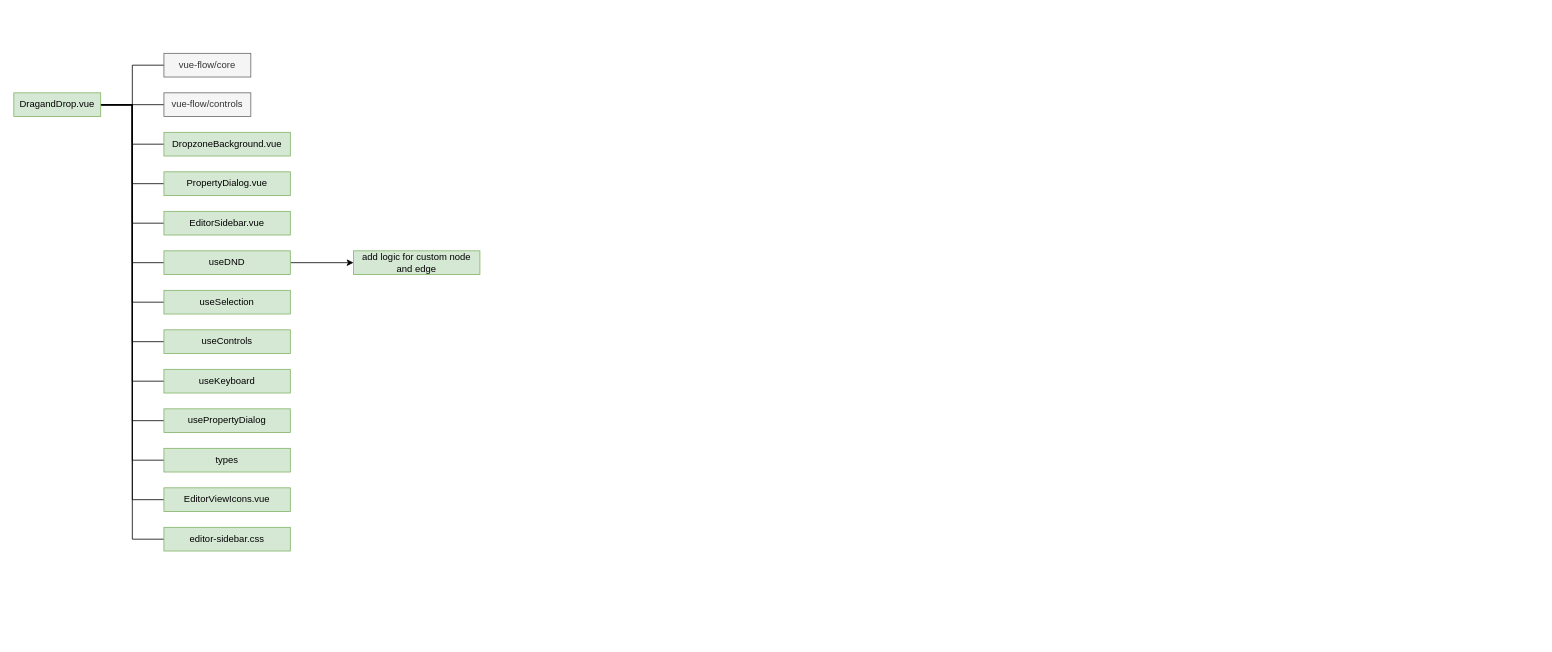
Bugging-Bot/vue-enterprise-boilerplate keeps this draw.io diagram as page "Vueflow" (4 of 4) of docs/VueBoilerPlateArchitecture.drawio. Above is the earlier version. Source tidied: cells renumbered, new cells numbered last; positions are measured from the earlier drawing's top-left corner, leaving out a move shared by most shapes. Both pictures are drawn from the tidied source at 79%, with x=0, y=0 at pixel (13, 53).
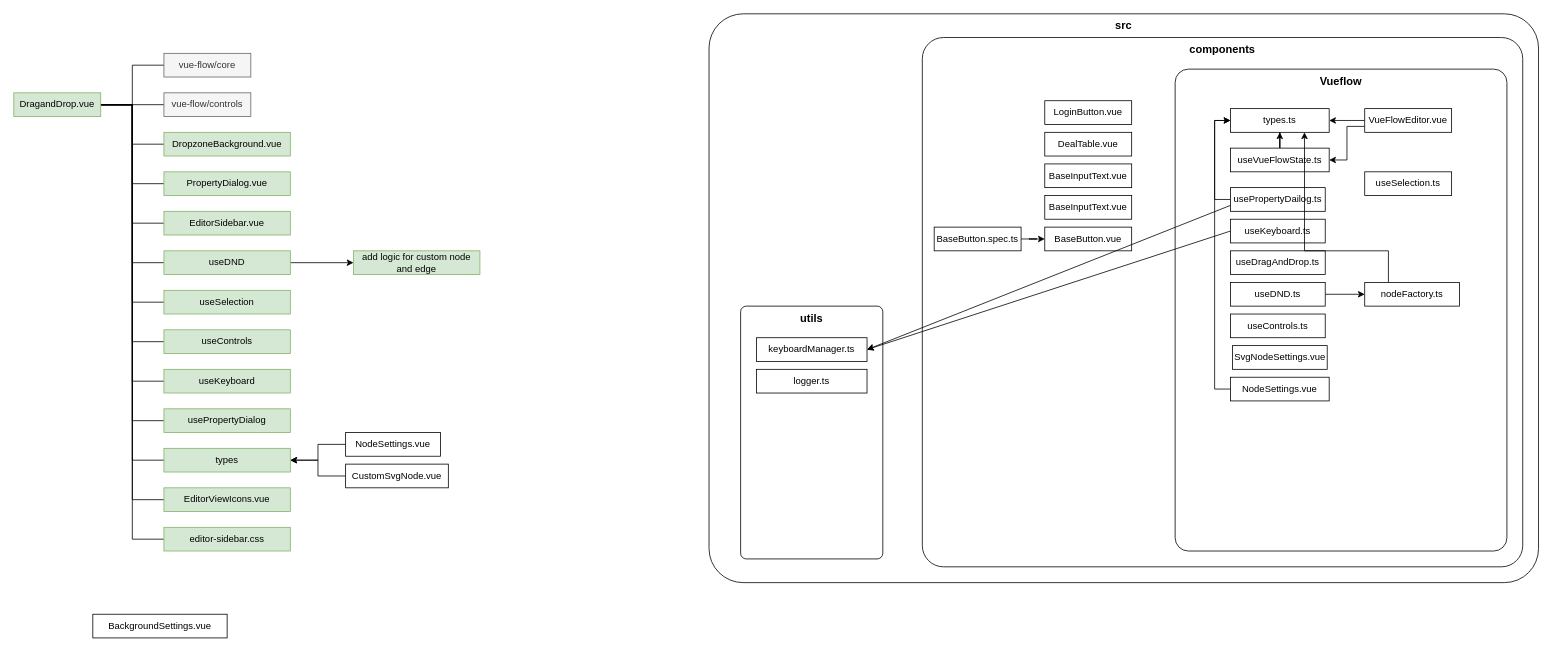
Above is the later version.

Unchanged cells that the change refers to:
```xml
<mxCell id="27" value="types" style="whiteSpace=wrap;html=1;fillColor=#d5e8d4;strokeColor=#82b366;" parent="1" vertex="1">
  <mxGeometry x="190" y="500" width="160" height="30" as="geometry" />
</mxCell>
```

Change to the diagram source:
```diff
@@
+    <mxCell id="31" style="edgeStyle=orthogonalEdgeStyle;rounded=0;jettySize=auto;html=1;entryX=1;entryY=0.5;entryDx=0;entryDy=0;" parent="1" edge="1" source="32" target="27">
+      <mxGeometry relative="1" as="geometry" />
+    </mxCell>
+    <mxCell id="32" value="NodeSettings.vue" style="whiteSpace=wrap;html=1;" parent="1" vertex="1">
+      <mxGeometry x="420" y="480" width="120" height="30" as="geometry" />
+    </mxCell>
+    <mxCell id="33" value="BackgroundSettings.vue" style="whiteSpace=wrap;html=1;" parent="1" vertex="1">
+      <mxGeometry x="100" y="710" width="170" height="30" as="geometry" />
+    </mxCell>
+    <mxCell id="34" style="edgeStyle=orthogonalEdgeStyle;rounded=0;jettySize=auto;html=1;entryX=1;entryY=0.5;entryDx=0;entryDy=0;" parent="1" edge="1" source="35" target="27">
+      <mxGeometry relative="1" as="geometry" />
+    </mxCell>
+    <mxCell id="35" value="CustomSvgNode.vue" style="whiteSpace=wrap;html=1;" parent="1" vertex="1">
+      <mxGeometry x="420" y="520" width="130" height="30" as="geometry" />
+    </mxCell>
+    <mxCell id="36" value="&lt;b&gt;&lt;font style=&quot;font-size: 14px;&quot;&gt;src&lt;/font&gt;&lt;/b&gt;" style="rounded=1;whiteSpace=wrap;html=1;fillColor=none;verticalAlign=top;arcSize=6;" parent="1" vertex="1">
+      <mxGeometry x="880" y="-50" width="1050" height="720" as="geometry" />
+    </mxCell>
+    <mxCell id="37" value="&lt;span style=&quot;font-size: 14px;&quot;&gt;&lt;b&gt;components&lt;/b&gt;&lt;/span&gt;" style="rounded=1;whiteSpace=wrap;html=1;fillColor=none;verticalAlign=top;arcSize=4;" parent="1" vertex="1">
+      <mxGeometry x="1150" y="-20" width="760" height="670" as="geometry" />
+    </mxCell>
+    <mxCell id="38" value="&lt;span style=&quot;font-size: 14px;&quot;&gt;&lt;b&gt;Vueflow&lt;/b&gt;&lt;/span&gt;" style="rounded=1;whiteSpace=wrap;html=1;fillColor=none;verticalAlign=top;arcSize=4;" parent="1" vertex="1">
+      <mxGeometry x="1470" y="20" width="420" height="610" as="geometry" />
+    </mxCell>
+    <mxCell id="39" value="LoginButton.vue" style="whiteSpace=wrap;html=1;" parent="1" vertex="1">
+      <mxGeometry x="1305" y="60" width="110" height="30" as="geometry" />
+    </mxCell>
+    <mxCell id="40" value="DealTable.vue" style="whiteSpace=wrap;html=1;" parent="1" vertex="1">
+      <mxGeometry x="1305" y="100" width="110" height="30" as="geometry" />
+    </mxCell>
+    <mxCell id="41" value="BaseInputText.vue" style="whiteSpace=wrap;html=1;" parent="1" vertex="1">
+      <mxGeometry x="1305" y="140" width="110" height="30" as="geometry" />
+    </mxCell>
+    <mxCell id="42" value="BaseInputText.vue" style="whiteSpace=wrap;html=1;" parent="1" vertex="1">
+      <mxGeometry x="1305" y="180" width="110" height="30" as="geometry" />
+    </mxCell>
+    <mxCell id="43" value="BaseButton.vue" style="whiteSpace=wrap;html=1;" parent="1" vertex="1">
+      <mxGeometry x="1305" y="220" width="110" height="30" as="geometry" />
+    </mxCell>
+    <mxCell id="44" style="edgeStyle=orthogonalEdgeStyle;rounded=0;jettySize=auto;html=1;" parent="1" edge="1" source="45" target="43">
+      <mxGeometry relative="1" as="geometry" />
+    </mxCell>
+    <mxCell id="45" value="BaseButton.spec.ts" style="whiteSpace=wrap;html=1;" parent="1" vertex="1">
+      <mxGeometry x="1165" y="220" width="110" height="30" as="geometry" />
+    </mxCell>
+    <mxCell id="46" style="rounded=0;jettySize=auto;html=1;entryX=1;entryY=0.5;entryDx=0;entryDy=0;exitX=0;exitY=0.5;exitDx=0;exitDy=0;edgeStyle=orthogonalEdgeStyle;" parent="1" edge="1" source="48" target="49">
+      <mxGeometry relative="1" as="geometry" />
+    </mxCell>
+    <mxCell id="47" style="rounded=0;jettySize=auto;html=1;entryX=1;entryY=0.5;entryDx=0;entryDy=0;exitX=0;exitY=0.75;exitDx=0;exitDy=0;edgeStyle=orthogonalEdgeStyle;" parent="1" edge="1" source="48" target="51">
+      <mxGeometry relative="1" as="geometry" />
+    </mxCell>
+    <mxCell id="48" value="VueFlowEditor.vue" style="whiteSpace=wrap;html=1;" parent="1" vertex="1">
+      <mxGeometry x="1710" y="70" width="110" height="30" as="geometry" />
+    </mxCell>
+    <mxCell id="49" value="types.ts" style="whiteSpace=wrap;html=1;fillColor=default;strokeColor=#000000;labelBackgroundColor=none;" parent="1" vertex="1">
+      <mxGeometry x="1540" y="70" width="125" height="30" as="geometry" />
+    </mxCell>
+    <mxCell id="50" style="edgeStyle=orthogonalEdgeStyle;rounded=0;jettySize=auto;html=1;" parent="1" edge="1" source="51" target="49">
+      <mxGeometry relative="1" as="geometry" />
+    </mxCell>
+    <mxCell id="51" value="useVueFlowState.ts" style="whiteSpace=wrap;html=1;fillColor=default;strokeColor=#000000;labelBackgroundColor=none;" parent="1" vertex="1">
+      <mxGeometry x="1540" y="120" width="125" height="30" as="geometry" />
+    </mxCell>
+    <mxCell id="52" value="useSelection.ts" style="whiteSpace=wrap;html=1;" parent="1" vertex="1">
+      <mxGeometry x="1710" y="150" width="110" height="30" as="geometry" />
+    </mxCell>
+    <mxCell id="53" style="edgeStyle=orthogonalEdgeStyle;rounded=0;jettySize=auto;html=1;entryX=0;entryY=0.5;entryDx=0;entryDy=0;exitX=0;exitY=0.5;exitDx=0;exitDy=0;" parent="1" edge="1" source="55" target="49">
+      <mxGeometry relative="1" as="geometry" />
+    </mxCell>
+    <mxCell id="54" style="rounded=0;jettySize=auto;html=1;entryX=1;entryY=0.5;entryDx=0;entryDy=0;exitX=0;exitY=0.75;exitDx=0;exitDy=0;" parent="1" edge="1" source="55" target="57">
+      <mxGeometry relative="1" as="geometry" />
+    </mxCell>
+    <mxCell id="55" value="usePropertyDailog.ts" style="whiteSpace=wrap;html=1;" parent="1" vertex="1">
+      <mxGeometry x="1540" y="170" width="120" height="30" as="geometry" />
+    </mxCell>
+    <mxCell id="56" value="&lt;span style=&quot;font-size: 14px;&quot;&gt;&lt;b&gt;utils&lt;/b&gt;&lt;/span&gt;" style="rounded=1;whiteSpace=wrap;html=1;fillColor=none;verticalAlign=top;arcSize=4;" parent="1" vertex="1">
+      <mxGeometry x="920" y="320" width="180" height="320" as="geometry" />
+    </mxCell>
+    <mxCell id="57" value="keyboardManager.ts" style="whiteSpace=wrap;html=1;" parent="1" vertex="1">
+      <mxGeometry x="940" y="360" width="140" height="30" as="geometry" />
+    </mxCell>
+    <mxCell id="58" value="logger.ts" style="whiteSpace=wrap;html=1;" parent="1" vertex="1">
+      <mxGeometry x="940" y="400" width="140" height="30" as="geometry" />
+    </mxCell>
+    <mxCell id="59" style="rounded=0;jettySize=auto;html=1;entryX=1;entryY=0.5;entryDx=0;entryDy=0;exitX=0;exitY=0.5;exitDx=0;exitDy=0;" parent="1" edge="1" source="60" target="57">
+      <mxGeometry relative="1" as="geometry" />
+    </mxCell>
+    <mxCell id="60" value="useKeyboard.ts" style="whiteSpace=wrap;html=1;" parent="1" vertex="1">
+      <mxGeometry x="1540" y="210" width="120" height="30" as="geometry" />
+    </mxCell>
+    <mxCell id="61" value="useDragAndDrop.ts" style="whiteSpace=wrap;html=1;" parent="1" vertex="1">
+      <mxGeometry x="1540" y="250" width="120" height="30" as="geometry" />
+    </mxCell>
+    <mxCell id="62" style="edgeStyle=orthogonalEdgeStyle;rounded=0;jettySize=auto;html=1;" parent="1" edge="1" source="63" target="65">
+      <mxGeometry relative="1" as="geometry" />
+    </mxCell>
+    <mxCell id="63" value="useDND.ts" style="whiteSpace=wrap;html=1;" parent="1" vertex="1">
+      <mxGeometry x="1540" y="290" width="120" height="30" as="geometry" />
+    </mxCell>
+    <mxCell id="64" style="edgeStyle=orthogonalEdgeStyle;rounded=0;jettySize=auto;html=1;entryX=0.75;entryY=1;entryDx=0;entryDy=0;exitX=0.25;exitY=0;exitDx=0;exitDy=0;" parent="1" edge="1" source="65" target="49">
+      <mxGeometry relative="1" as="geometry">
+        <Array as="points">
+          <mxPoint x="1740" y="250" />
+          <mxPoint x="1634" y="250" />
+        </Array>
+      </mxGeometry>
+    </mxCell>
+    <mxCell id="65" value="nodeFactory.ts" style="whiteSpace=wrap;html=1;" parent="1" vertex="1">
+      <mxGeometry x="1710" y="290" width="120" height="30" as="geometry" />
+    </mxCell>
+    <mxCell id="66" value="useControls.ts" style="whiteSpace=wrap;html=1;" parent="1" vertex="1">
+      <mxGeometry x="1540" y="330" width="120" height="30" as="geometry" />
+    </mxCell>
+    <mxCell id="67" value="SvgNodeSettings.vue" style="whiteSpace=wrap;html=1;" parent="1" vertex="1">
+      <mxGeometry x="1542.5" y="370" width="120" height="30" as="geometry" />
+    </mxCell>
+    <mxCell id="68" style="edgeStyle=orthogonalEdgeStyle;rounded=0;jettySize=auto;html=1;entryX=0;entryY=0.5;entryDx=0;entryDy=0;exitX=0;exitY=0.5;exitDx=0;exitDy=0;" parent="1" edge="1" source="69" target="49">
+      <mxGeometry relative="1" as="geometry" />
+    </mxCell>
+    <mxCell id="69" value="NodeSettings.vue" style="whiteSpace=wrap;html=1;" parent="1" vertex="1">
+      <mxGeometry x="1540" y="410" width="125" height="30" as="geometry" />
+    </mxCell>
```
